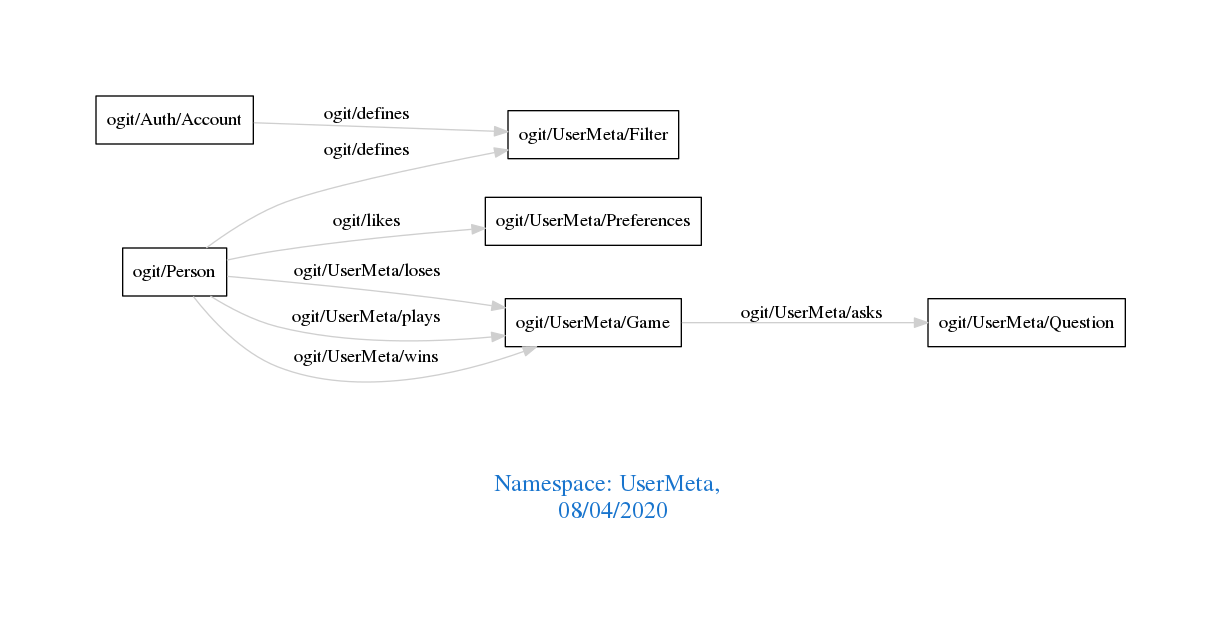
This is downloads/UserMeta.png from arago/OGIT, a Graphviz export, as it was before one commit. Its source is kept beside it as downloads/UserMeta.dot.
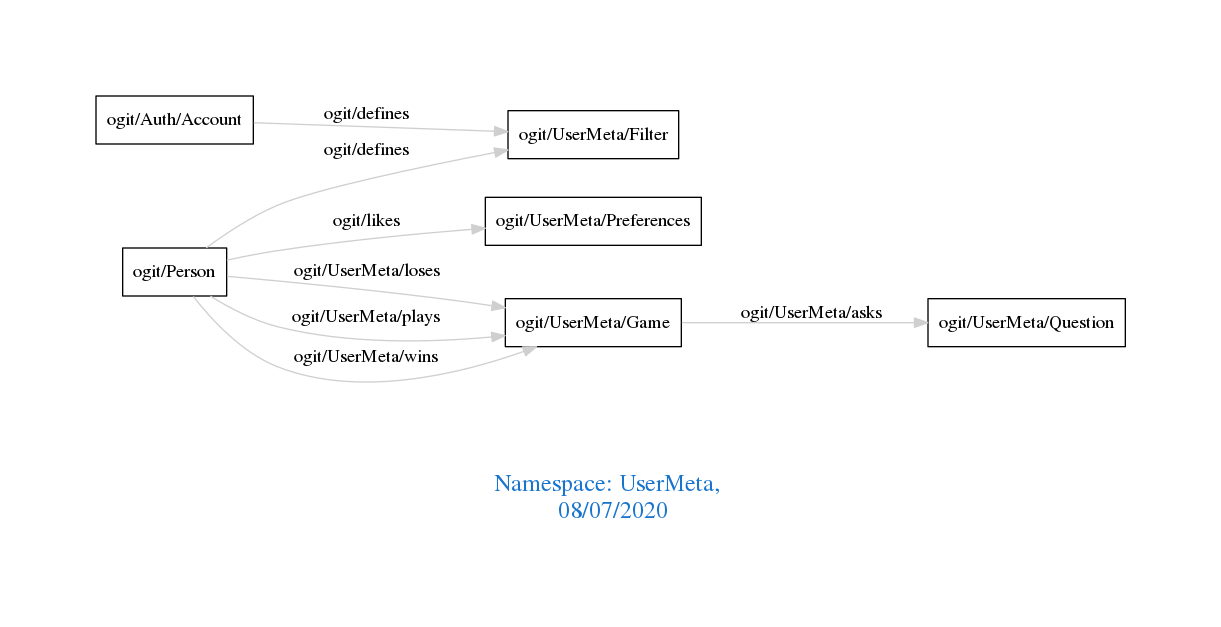
The same diagram one commit later.

Diff of the diagram source:
```diff
@@ -1,7 +1,7 @@
 digraph OGIT_ontology {
  graph [ rankdir= LR,pad=1
 fontsize = 18,
-fontcolor= dodgerblue3,label = "\n\n\nNamespace: UserMeta, \n 08/04/2020"];
+fontcolor= dodgerblue3,label = "\n\n\nNamespace: UserMeta, \n 08/07/2020"];
 node[shape=polygon];
 edge [  color="gray81"];
 
```
